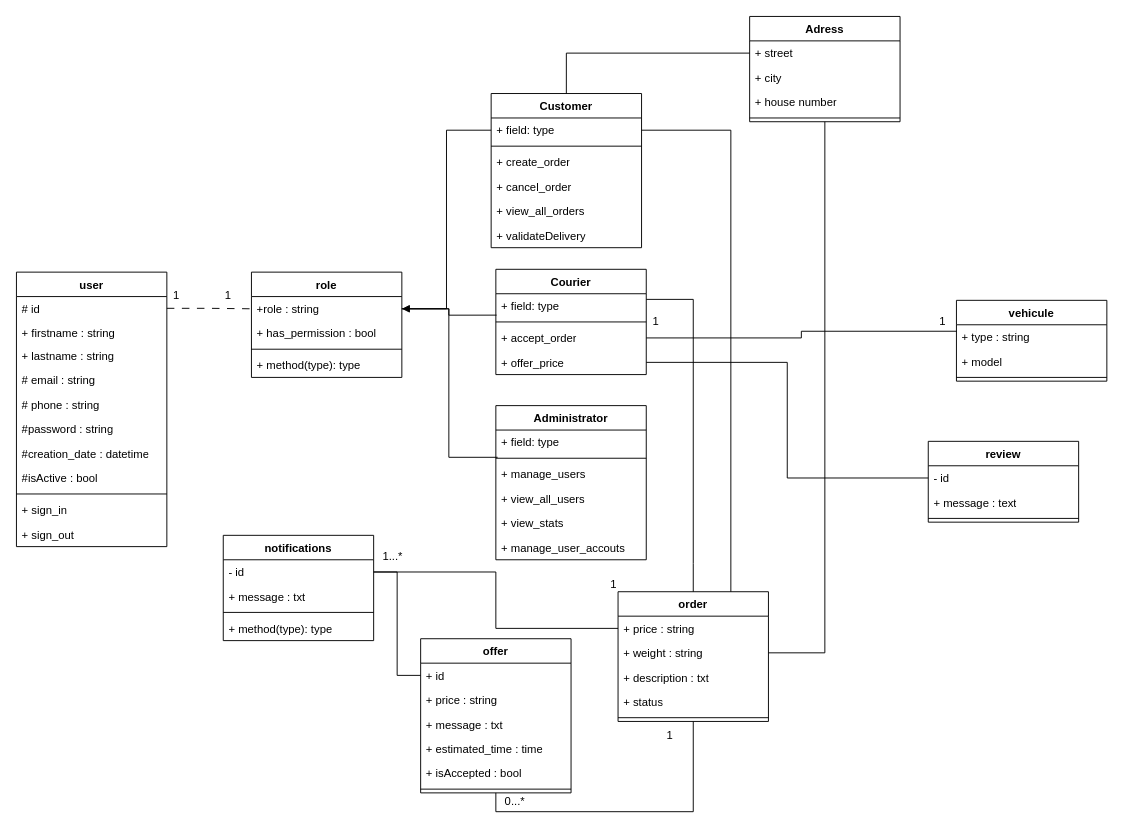
Before: UML/class.drawio in selomrani/Delivery-Web-app-OOP, a draw.io diagram. Source tidied: cells renumbered, new cells numbered last; positions are measured from the earlier drawing's top-left corner, leaving out a move shared by most shapes. Both pictures are drawn from the tidied source at 94%, with x=0, y=0 at pixel (16, 16).
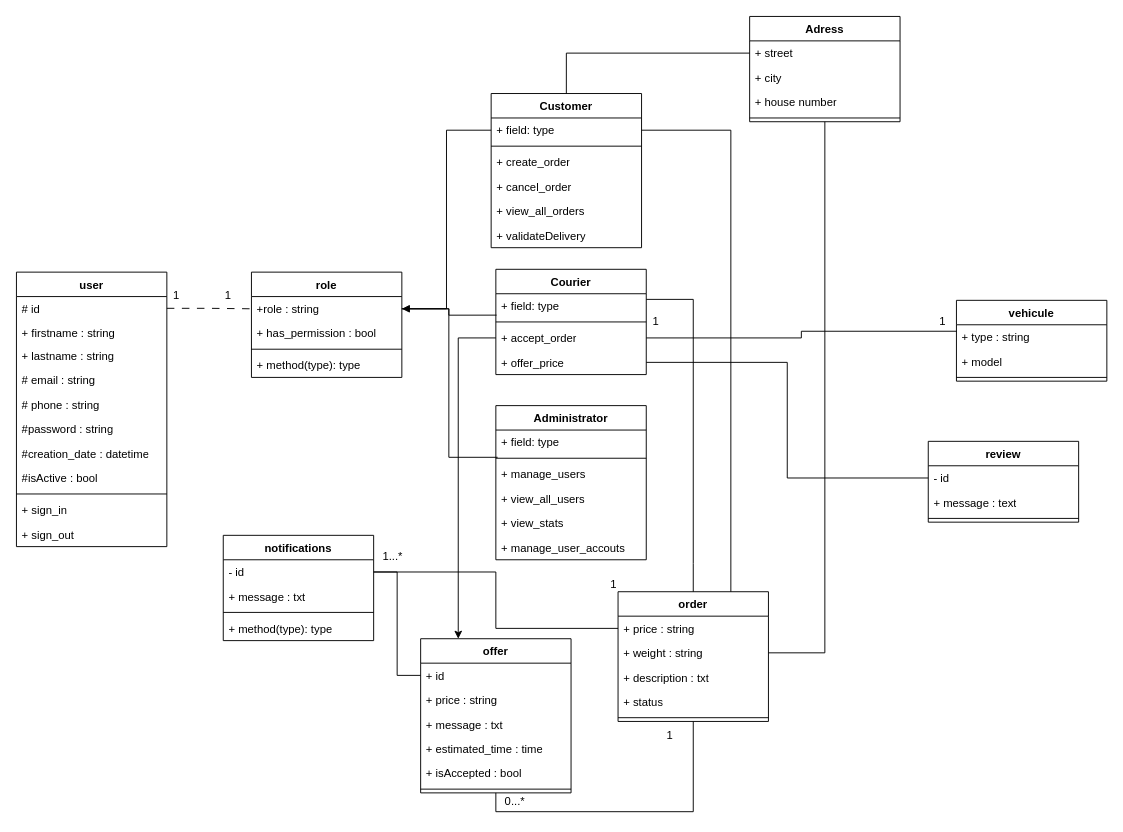
The same diagram, later.

Commit message (it also covers changes not shown here):
Initialised project structue

The change refers to these unchanged cells:
```xml
<mxCell id="20" value="offer" style="swimlane;fontStyle=1;align=center;verticalAlign=top;horizontal=1;startSize=26;whiteSpace=wrap;html=1;" parent="1" vertex="1">
  <mxGeometry x="430" y="662" width="160" height="164" as="geometry" />
</mxCell>
<mxCell id="36" value="+ accept_order" style="text;strokeColor=none;fillColor=none;align=left;verticalAlign=top;spacingLeft=4;spacingRight=4;overflow=hidden;points=[[0,0.5],[1,0.5]];portConstraint=eastwest;whiteSpace=wrap;html=1;" parent="33" vertex="1">
  <mxGeometry y="60" width="160" height="26" as="geometry" />
</mxCell>
```

Diff of the diagram source:
```diff
@@
+    <mxCell id="90" style="edgeStyle=orthogonalEdgeStyle;rounded=0;jettySize=auto;html=1;entryX=0.25;entryY=0;entryDx=0;entryDy=0;" parent="1" edge="1" source="36" target="20">
+      <mxGeometry relative="1" as="geometry" />
+    </mxCell>
```
